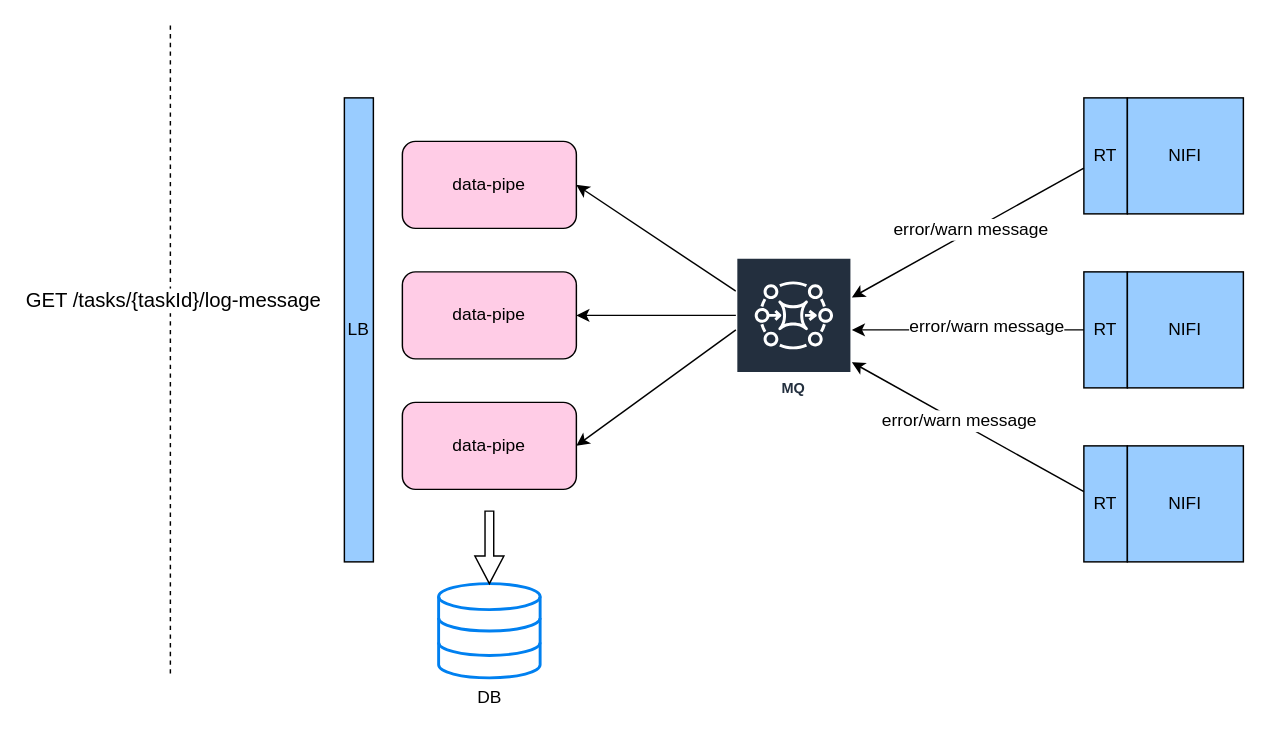
dophinlife/drawio keeps this draw.io diagram as page "Error Info & Alert" (13 of 13) of 自助式接入.drawio. Above is the earlier version. Source tidied: cells renumbered, new cells numbered last; positions are measured from the earlier drawing's top-left corner, leaving out a move shared by most shapes. Both pictures are drawn from the tidied source at 145%, with x=0, y=0 at pixel (170, 25).
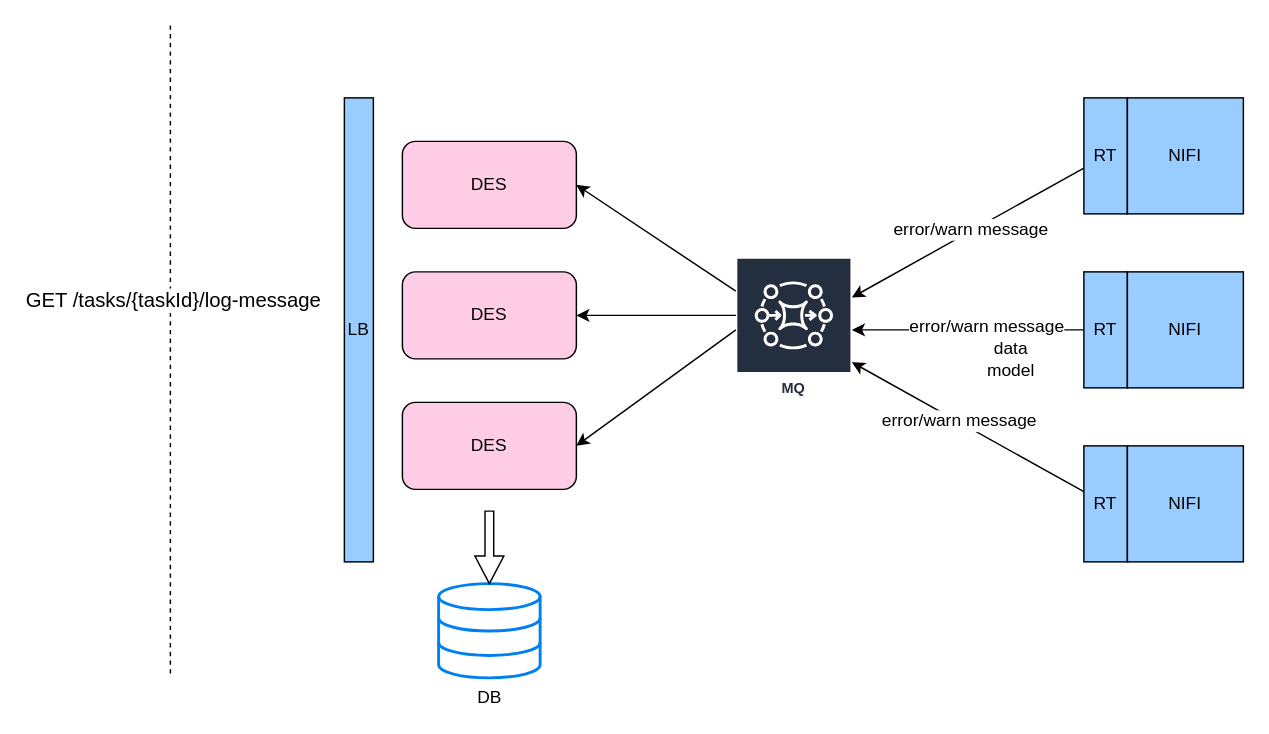
Above is the later version.

What changed in the source:
```diff
@@
-    <mxCell id="22" value="data-pipe" style="rounded=1;whiteSpace=wrap;html=1;fillColor=#FFCCE6;" parent="1" vertex="1">
+    <mxCell id="22" value="DES" style="rounded=1;whiteSpace=wrap;html=1;fillColor=#FFCCE6;" parent="1" vertex="1">
       <mxGeometry x="160" y="80" width="120" height="60" as="geometry" />
     </mxCell>
-    <mxCell id="23" value="data-pipe" style="rounded=1;whiteSpace=wrap;html=1;fillColor=#FFCCE6;" parent="1" vertex="1">
+    <mxCell id="23" value="DES" style="rounded=1;whiteSpace=wrap;html=1;fillColor=#FFCCE6;" parent="1" vertex="1">
       <mxGeometry x="160" y="170" width="120" height="60" as="geometry" />
     </mxCell>
-    <mxCell id="24" value="data-pipe" style="rounded=1;whiteSpace=wrap;html=1;fillColor=#FFCCE6;" parent="1" vertex="1">
+    <mxCell id="24" value="DES" style="rounded=1;whiteSpace=wrap;html=1;fillColor=#FFCCE6;" parent="1" vertex="1">
       <mxGeometry x="160" y="260" width="120" height="60" as="geometry" />
     </mxCell>
@@
+    <mxCell id="29" value="data model" style="text;html=1;strokeColor=none;fillColor=none;align=center;verticalAlign=middle;whiteSpace=wrap;rounded=0;" parent="1" vertex="1">
+      <mxGeometry x="560" y="220" width="40" height="20" as="geometry" />
+    </mxCell>
```
